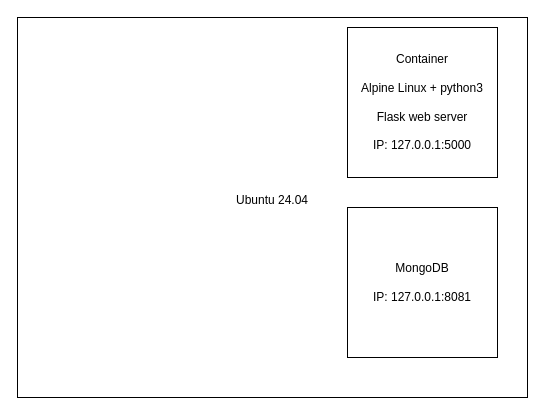
This is System.drawio from ComplexNetTSP/kubernetes-Milkoeee, a draw.io file, before an edit. Source tidied: cells renumbered, new cells numbered last; positions are measured from the earlier drawing's top-left corner, leaving out a move shared by most shapes. Both pictures are drawn from the tidied source at 100%, with x=0, y=0 at pixel (17, 17).
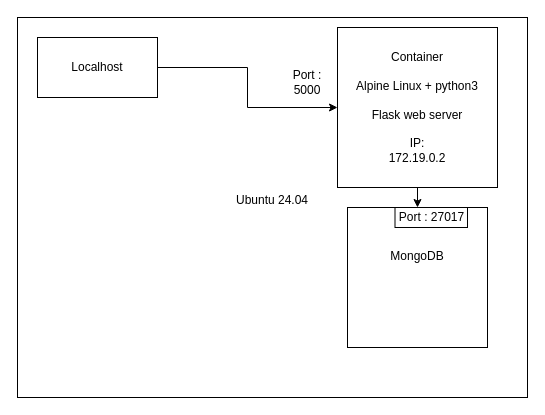
The same page after the edit.

What changed in the source:
```diff
@@
 <mxGraphModel>
   <root>
     <mxCell id="0" />
     <mxCell id="1" parent="0" />
     <mxCell id="2" value="&lt;div&gt;Ubuntu 24.04&lt;/div&gt;&lt;div&gt;&lt;br&gt;&lt;/div&gt;" style="rounded=0;whiteSpace=wrap;html=1;" parent="1" vertex="1">
       <mxGeometry width="510" height="380" as="geometry" />
     </mxCell>
-    <mxCell id="3" value="&lt;div&gt;Container&lt;/div&gt;&lt;div&gt;&lt;br&gt;&lt;/div&gt;&lt;div&gt;Alpine Linux + python3&lt;/div&gt;&lt;div&gt;&lt;br&gt;&lt;/div&gt;&lt;div&gt;Flask web server&lt;/div&gt;&lt;div&gt;&lt;br&gt;&lt;/div&gt;&lt;div&gt;IP: 127.0.0.1:5000&lt;/div&gt;" style="whiteSpace=wrap;html=1;" parent="1" vertex="1">
-      <mxGeometry x="330" y="10" width="150" height="150" as="geometry" />
+    <mxCell id="3" value="&lt;div&gt;Container&lt;/div&gt;&lt;div&gt;&lt;br&gt;&lt;/div&gt;&lt;div&gt;Alpine Linux + python3&lt;/div&gt;&lt;div&gt;&lt;br&gt;&lt;/div&gt;&lt;div&gt;Flask web server&lt;/div&gt;&lt;div&gt;&lt;br&gt;&lt;/div&gt;&lt;div&gt;IP: &lt;br&gt;&lt;/div&gt;172.19.0.2" style="whiteSpace=wrap;html=1;" parent="1" vertex="1">
+      <mxGeometry x="320" y="10" width="160" height="160" as="geometry" />
     </mxCell>
-    <mxCell id="4" value="MongoDB&lt;div&gt;&lt;br&gt;&lt;/div&gt;&lt;div&gt;IP: 127.0.0.1:8081&lt;/div&gt;" style="whiteSpace=wrap;html=1;" parent="1" vertex="1">
-      <mxGeometry x="330" y="190" width="150" height="150" as="geometry" />
+    <mxCell id="4" value="MongoDB&lt;div&gt;&lt;br&gt;&lt;/div&gt;&lt;div&gt;&lt;br&gt;&lt;/div&gt;&lt;div&gt;&amp;nbsp;&lt;br&gt;&lt;/div&gt;" style="whiteSpace=wrap;html=1;" parent="1" vertex="1">
+      <mxGeometry x="330" y="190" width="140" height="140" as="geometry" />
     </mxCell>
+    <mxCell id="5" style="endArrow=classic;html=1;rounded=0;entryX=0.5;entryY=0;entryDx=0;entryDy=0;" parent="1" edge="1" source="3" target="4">
+      <mxGeometry relative="1" as="geometry" />
+    </mxCell>
+    <mxCell id="6" value="Port : 27017" style="rounded=0;whiteSpace=wrap;html=1;" parent="1" vertex="1">
+      <mxGeometry x="377.5" y="190" width="72.5" height="20" as="geometry" />
+    </mxCell>
+    <mxCell id="7" style="edgeStyle=orthogonalEdgeStyle;rounded=0;jettySize=auto;html=1;" parent="1" edge="1" source="8" target="3">
+      <mxGeometry relative="1" as="geometry" />
+    </mxCell>
+    <mxCell id="8" value="Localhost " style="rounded=0;whiteSpace=wrap;html=1;" parent="1" vertex="1">
+      <mxGeometry x="20" y="20" width="120" height="60" as="geometry" />
+    </mxCell>
+    <mxCell id="9" value="Port : 5000" style="text;html=1;align=center;verticalAlign=middle;whiteSpace=wrap;rounded=0;" parent="1" vertex="1">
+      <mxGeometry x="260" y="50" width="60" height="30" as="geometry" />
+    </mxCell>
   </root>
 </mxGraphModel>
```
